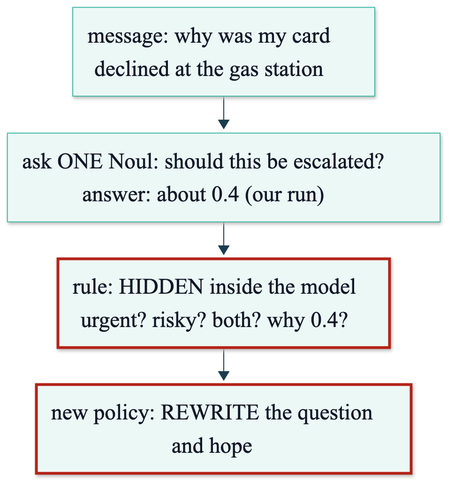
The Mermaid diagram course/diagrams/module_01/p2-problem-hidden-rule.png in axel-sirota/getting_started_jev, before a commit. Its source is kept beside it as course/diagrams/module_01/p2-problem-hidden-rule.mmd.
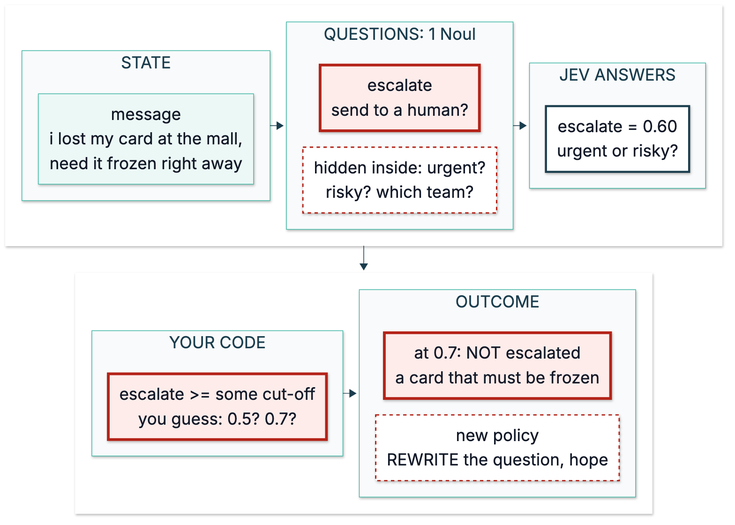
After the change.

Diff of the diagram source:
```diff
@@ -1,7 +1,44 @@
 %%{init: {"theme": "base", "themeVariables": {"fontFamily": "Inter, sans-serif", "primaryColor": "#ECF8F6", "primaryBorderColor": "#40B8A6", "primaryTextColor": "#111827", "lineColor": "#1A3D4D", "secondaryColor": "#F9FAFB", "tertiaryColor": "#FFFFFF", "clusterBkg": "#F9FAFB", "clusterBorder": "#D1D5DB", "actorBkg": "#ECF8F6", "actorBorder": "#40B8A6", "noteBkgColor": "#FFF6DA", "noteBorderColor": "#E0B84C"}}}%%
-flowchart TD
-  M["message: why was my card<br/>declined at the gas station"] --> QA["ask ONE Noul: should this be escalated?<br/>answer: about 0.4 (our run)"]
-  QA --> H["rule: HIDDEN inside the model<br/>urgent? risky? both? why 0.4?"]
-  H --> X["new policy: REWRITE the question<br/>and hope"]
-  style H stroke:#B42318,stroke-width:3px
-  style X stroke:#B42318,stroke-width:3px
+flowchart TB
+  subgraph TOP[" "]
+    direction LR
+    subgraph STATE["STATE"]
+      direction TB
+      M["message<br/>i lost my card at the mall,<br/>need it frozen right away"]
+    end
+    subgraph QUESTIONS["QUESTIONS: 1 Noul"]
+      direction TB
+      Q["escalate<br/>send to a human?"]
+      H["hidden inside: urgent?<br/>risky? which team?"]
+      Q ~~~ H
+    end
+    subgraph ANSWERS["JEV ANSWERS"]
+      direction TB
+      A["escalate = 0.60<br/>urgent or risky?"]
+    end
+    STATE --> QUESTIONS --> ANSWERS
+  end
+  subgraph BOTTOM[" "]
+    direction LR
+    subgraph CODE["YOUR CODE"]
+      direction TB
+      C["escalate >= some cut-off<br/>you guess: 0.5? 0.7?"]
+    end
+    subgraph OUTCOME["OUTCOME"]
+      direction TB
+      O1["at 0.7: NOT escalated<br/>a card that must be frozen"]
+      O2["new policy<br/>REWRITE the question, hope"]
+      O1 ~~~ O2
+    end
+    CODE --> OUTCOME
+  end
+  TOP --> BOTTOM
+
+  classDef fail fill:#FDECEA,stroke:#B42318,stroke-width:4px
+  classDef hidden fill:#FFFFFF,stroke:#B42318,stroke-width:2px,stroke-dasharray:5 5
+  classDef num fill:#FFFFFF,stroke:#1A3D4D,stroke-width:3px
+  class Q,C,O1 fail
+  class H,O2 hidden
+  class A num
+  style TOP fill:#FFFFFF,stroke:#FFFFFF
+  style BOTTOM fill:#FFFFFF,stroke:#FFFFFF
```
